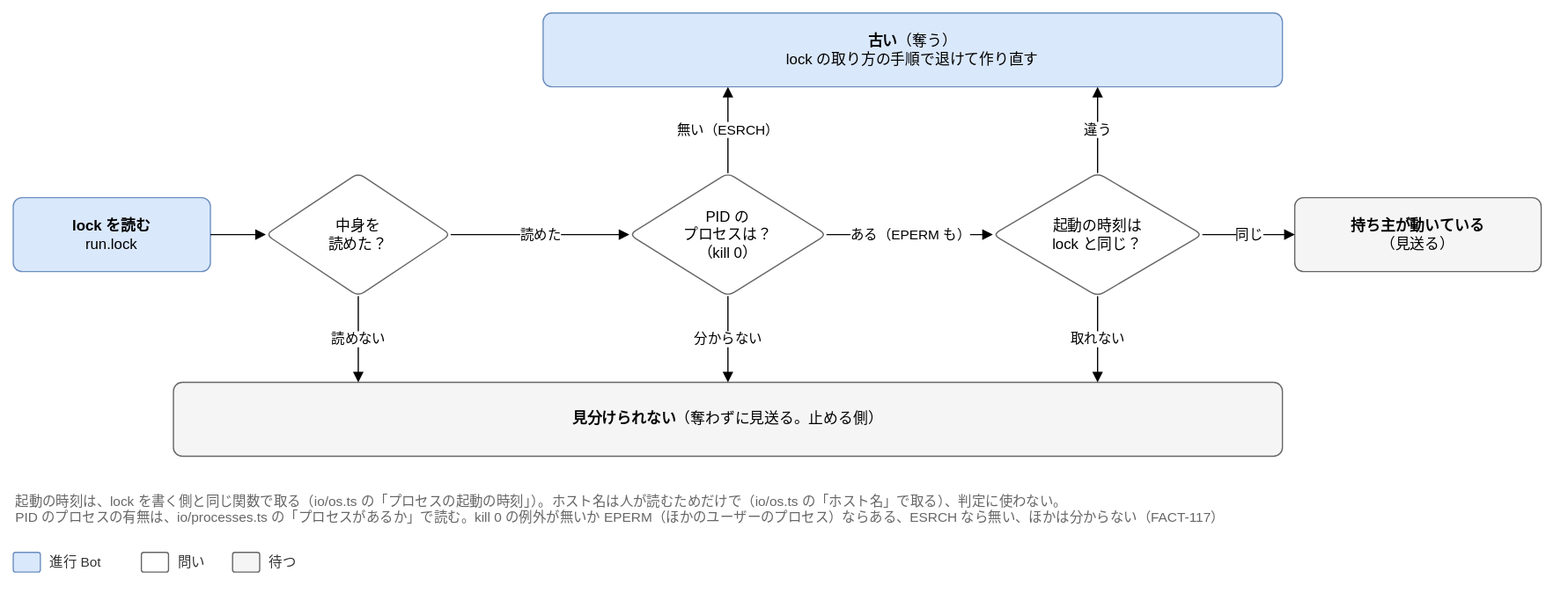
Above: docs/design/detailed/diagrams/02-lock.drawio.svg in Joymerrevent/dev-autopilot (draw.io), before the change. Source tidied: cells renumbered, new cells last; positions are measured from the earlier drawing's top-left corner, leaving out a move shared by most shapes.
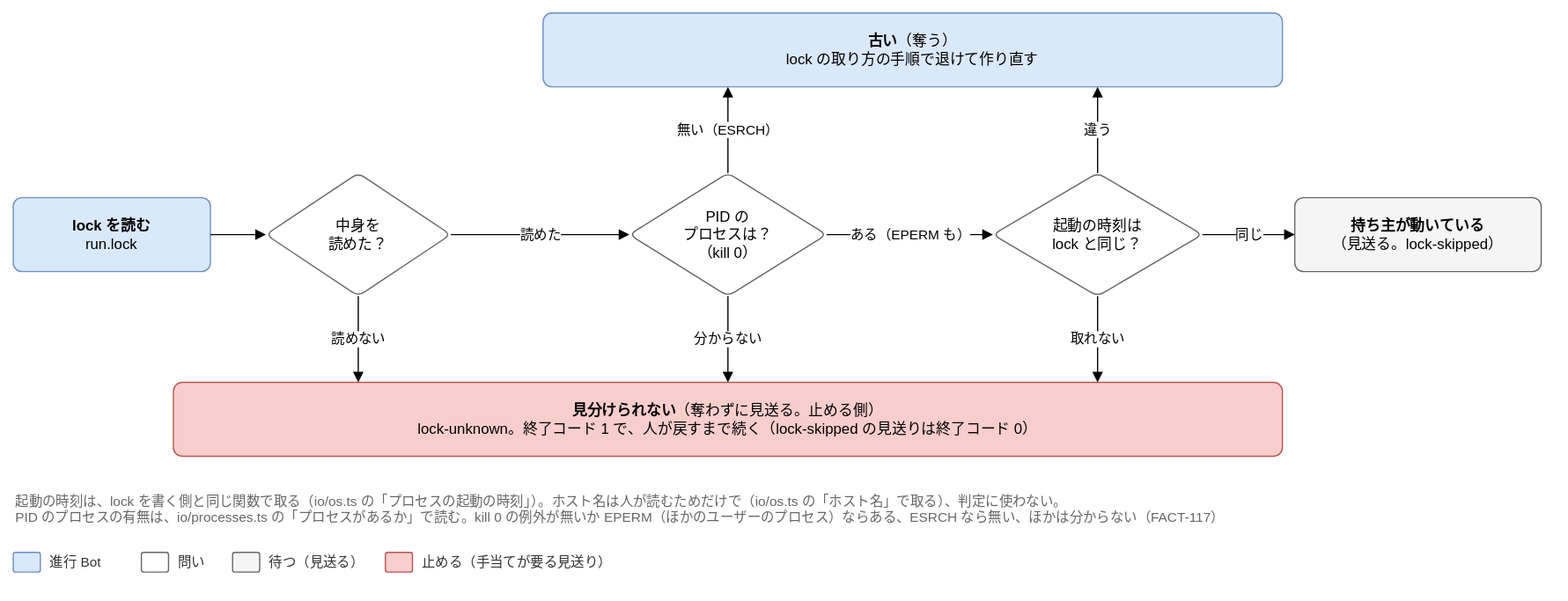
After the commit.

Commit message:
docs(design): 詳細設計の図 02・03 で、見分けられない lock と表から作らないものと凡例を直す

The edit, as a diff of the source:
```diff
@@ -17,10 +17,10 @@
     <mxCell id="6" value="&lt;b&gt;古い&lt;/b&gt;（奪う）&lt;br&gt;lock の取り方の手順で退けて作り直す" style="rounded=1;whiteSpace=wrap;html=1;fontSize=12;arcSize=12;spacing=12;fillColor=#dae8fc;strokeColor=#6c8ebf;" parent="1" vertex="1">
       <mxGeometry x="430" width="600" height="60" as="geometry" />
     </mxCell>
-    <mxCell id="7" value="&lt;b&gt;持ち主が動いている&lt;/b&gt;&lt;br&gt;（見送る）" style="rounded=1;whiteSpace=wrap;html=1;fontSize=12;arcSize=12;spacing=12;fillColor=#f5f5f5;strokeColor=#666666;" parent="1" vertex="1">
+    <mxCell id="7" value="&lt;b&gt;持ち主が動いている&lt;/b&gt;&lt;br&gt;（見送る。lock-skipped）" style="rounded=1;whiteSpace=wrap;html=1;fontSize=12;arcSize=12;spacing=12;fillColor=#f5f5f5;strokeColor=#666666;" parent="1" vertex="1">
       <mxGeometry x="1040" y="150" width="200" height="60" as="geometry" />
     </mxCell>
-    <mxCell id="8" value="&lt;b&gt;見分けられない&lt;/b&gt;（奪わずに見送る。止める側）" style="rounded=1;whiteSpace=wrap;html=1;fontSize=12;arcSize=12;spacing=12;fillColor=#f5f5f5;strokeColor=#666666;" parent="1" vertex="1">
+    <mxCell id="8" value="&lt;b&gt;見分けられない&lt;/b&gt;（奪わずに見送る。止める側）&lt;br&gt;lock-unknown。終了コード 1 で、人が戻すまで続く（lock-skipped の見送りは終了コード 0）" style="rounded=1;whiteSpace=wrap;html=1;fontSize=12;arcSize=12;spacing=12;fillColor=#f8cecc;strokeColor=#b85450;" parent="1" vertex="1">
       <mxGeometry x="130" y="300" width="900" height="60" as="geometry" />
     </mxCell>
     <mxCell id="9" style="edgeStyle=orthogonalEdgeStyle;rounded=1;html=1;endArrow=block;endFill=1;fontSize=11;labelBackgroundColor=#ffffff;exitX=1;exitY=0.5;exitDx=0;exitDy=0;entryX=0;entryY=0.5;entryDx=0;entryDy=0;" parent="1" edge="1" source="2" target="3">
@@ -68,8 +68,14 @@
     <mxCell id="23" style="rounded=1;whiteSpace=wrap;html=1;fontSize=12;arcSize=12;spacing=12;fillColor=#f5f5f5;strokeColor=#666666;" parent="1" vertex="1">
       <mxGeometry x="178" y="438" width="22" height="16" as="geometry" />
     </mxCell>
-    <mxCell id="24" value="待つ" style="text;html=1;align=left;verticalAlign=middle;fontSize=11;fontColor=#333333;" parent="1" vertex="1">
-      <mxGeometry x="206" y="436" width="30" height="20" as="geometry" />
+    <mxCell id="24" value="待つ（見送る）" style="text;html=1;align=left;verticalAlign=middle;fontSize=11;fontColor=#333333;" parent="1" vertex="1">
+      <mxGeometry x="206" y="436" width="80" height="20" as="geometry" />
     </mxCell>
+    <mxCell id="25" style="rounded=1;whiteSpace=wrap;html=1;fontSize=12;arcSize=12;spacing=12;fillColor=#f8cecc;strokeColor=#b85450;" parent="1" vertex="1">
+      <mxGeometry x="302" y="438" width="22" height="16" as="geometry" />
+    </mxCell>
+    <mxCell id="26" value="止める（手当てが要る見送り）" style="text;html=1;align=left;verticalAlign=middle;fontSize=11;fontColor=#333333;" parent="1" vertex="1">
+      <mxGeometry x="330" y="436" width="170" height="20" as="geometry" />
+    </mxCell>
   </root>
 </mxGraphModel>
```
